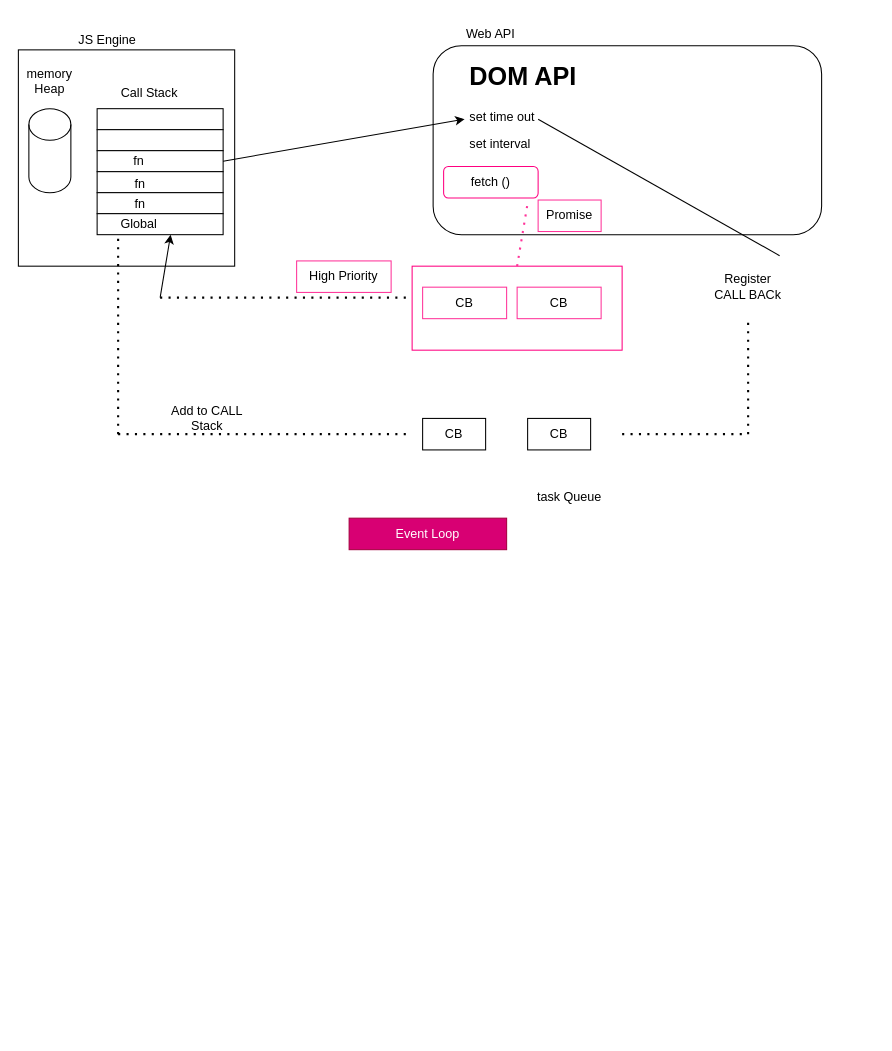
X-DX/JS-Course-CC keeps this draw.io diagram as Notes/backing and non block folder 8.drawio. Above is the earlier version. Source tidied: cells renumbered, new cells numbered last; positions are measured from the earlier drawing's top-left corner, leaving out a move shared by most shapes. Both pictures are drawn from the tidied source at 105%, with x=0, y=0 at pixel (18, 18).
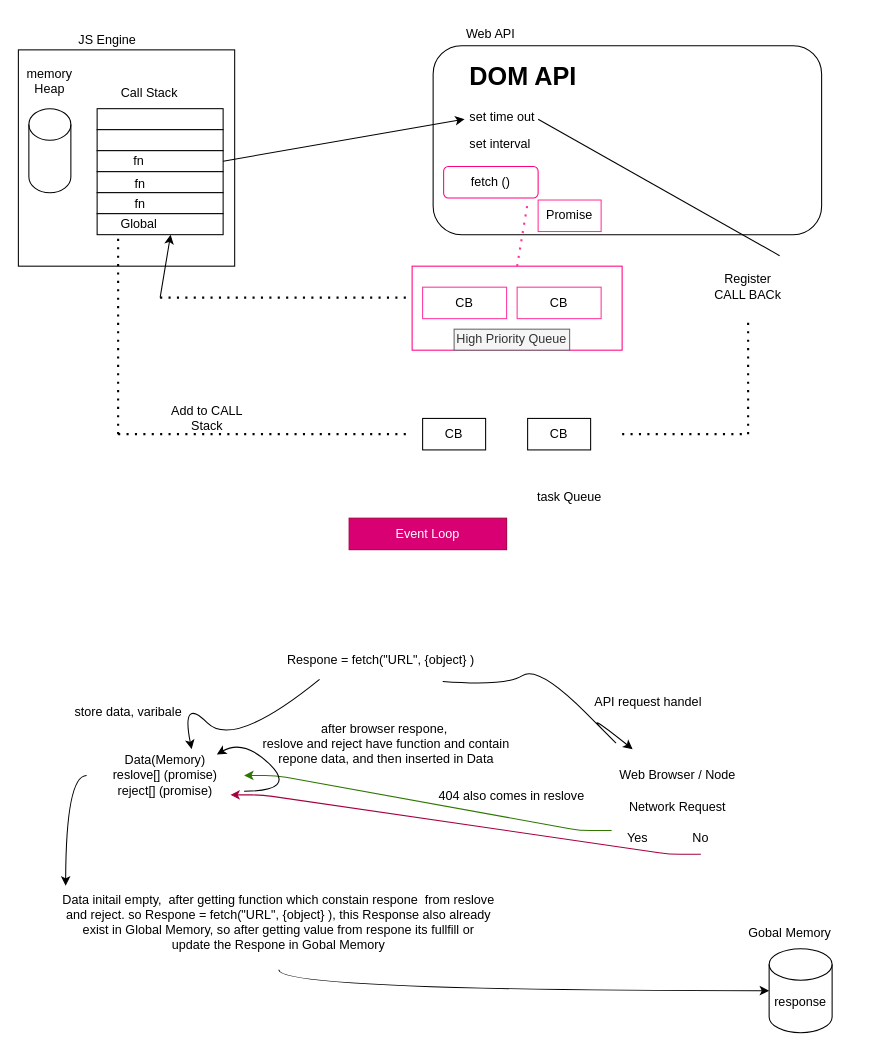
After the change.

The edit, as a diff of the source:
```diff
@@
-    <mxCell id="28" value="High Priority" style="text;html=1;align=center;verticalAlign=middle;whiteSpace=wrap;rounded=0;strokeColor=#FF3399;" parent="1" vertex="1">
-      <mxGeometry x="265" y="231" width="90" height="30" as="geometry" />
+    <mxCell id="28" value="High Priority Queue" style="text;html=1;align=center;verticalAlign=middle;whiteSpace=wrap;rounded=0;strokeColor=#666666;fillColor=#f5f5f5;fontColor=#333333;" parent="1" vertex="1">
+      <mxGeometry x="415" y="296" width="110" height="20" as="geometry" />
     </mxCell>
@@
+    <mxCell id="44" value="Respone = fetch(&quot;URL&quot;, {object} )" style="text;html=1;strokeColor=none;fillColor=none;align=center;verticalAlign=middle;whiteSpace=wrap;rounded=0;" parent="1" vertex="1">
+      <mxGeometry x="86" y="596" width="519" height="30" as="geometry" />
+    </mxCell>
+    <mxCell id="45" style="curved=1;endArrow=classic;html=1;exitX=0.387;exitY=1.117;exitDx=0;exitDy=0;exitPerimeter=0;" parent="1" edge="1" source="44">
+      <mxGeometry relative="1" as="geometry">
+        <mxPoint x="165" y="696" as="targetPoint" />
+        <Array as="points">
+          <mxPoint x="205" y="696" />
+          <mxPoint x="155" y="646" />
+        </Array>
+      </mxGeometry>
+    </mxCell>
+    <mxCell id="46" style="curved=1;endArrow=classic;html=1;exitX=0.613;exitY=1.183;exitDx=0;exitDy=0;exitPerimeter=0;" parent="1" edge="1" source="44">
+      <mxGeometry relative="1" as="geometry">
+        <mxPoint x="585" y="696" as="targetPoint" />
+        <Array as="points">
+          <mxPoint x="465" y="636" />
+          <mxPoint x="495" y="616" />
+          <mxPoint x="585" y="706" />
+          <mxPoint x="535" y="656" />
+        </Array>
+      </mxGeometry>
+    </mxCell>
+    <mxCell id="47" style="edgeStyle=entityRelationEdgeStyle;html=1;exitX=0;exitY=0.25;exitDx=0;exitDy=0;fillColor=#60a917;strokeColor=#2D7600;" parent="1" edge="1" source="55" target="50">
+      <mxGeometry relative="1" as="geometry" />
+    </mxCell>
+    <mxCell id="48" style="edgeStyle=orthogonalEdgeStyle;html=1;curved=1;" parent="1" edge="1" target="62">
+      <mxGeometry relative="1" as="geometry">
+        <mxPoint x="248" y="906" as="sourcePoint" />
+        <Array as="points">
+          <mxPoint x="248" y="926" />
+        </Array>
+      </mxGeometry>
+    </mxCell>
+    <mxCell id="49" style="edgeStyle=orthogonalEdgeStyle;curved=1;html=1;" parent="1" edge="1" source="50">
+      <mxGeometry relative="1" as="geometry">
+        <mxPoint x="45" y="826" as="targetPoint" />
+      </mxGeometry>
+    </mxCell>
+    <mxCell id="50" value="Data(Memory)&lt;br&gt;reslove[] (promise)&lt;br&gt;reject[] (promise)" style="text;html=1;strokeColor=none;fillColor=none;align=center;verticalAlign=middle;whiteSpace=wrap;rounded=0;" parent="1" vertex="1">
+      <mxGeometry x="65" y="706" width="150" height="30" as="geometry" />
+    </mxCell>
+    <mxCell id="51" value="Web Browser / Node" style="text;html=1;strokeColor=none;fillColor=none;align=center;verticalAlign=middle;whiteSpace=wrap;rounded=0;" parent="1" vertex="1">
+      <mxGeometry x="533" y="706" width="190" height="30" as="geometry" />
+    </mxCell>
+    <mxCell id="52" value="API request handel" style="text;html=1;align=center;verticalAlign=middle;whiteSpace=wrap;rounded=0;" parent="1" vertex="1">
+      <mxGeometry x="505" y="636" width="190" height="30" as="geometry" />
+    </mxCell>
+    <mxCell id="53" value="store data, varibale" style="text;html=1;align=center;verticalAlign=middle;whiteSpace=wrap;rounded=0;" parent="1" vertex="1">
+      <mxGeometry x="10" y="646" width="190" height="30" as="geometry" />
+    </mxCell>
+    <mxCell id="54" value="Network Request" style="text;html=1;strokeColor=none;fillColor=none;align=center;verticalAlign=middle;whiteSpace=wrap;rounded=0;" parent="1" vertex="1">
+      <mxGeometry x="533" y="736" width="190" height="30" as="geometry" />
+    </mxCell>
+    <mxCell id="55" value="Yes" style="text;html=1;strokeColor=none;fillColor=none;align=center;verticalAlign=middle;whiteSpace=wrap;rounded=0;" parent="1" vertex="1">
+      <mxGeometry x="565" y="766" width="50" height="30" as="geometry" />
+    </mxCell>
+    <mxCell id="56" value="No" style="text;html=1;strokeColor=none;fillColor=none;align=center;verticalAlign=middle;whiteSpace=wrap;rounded=0;" parent="1" vertex="1">
+      <mxGeometry x="625" y="766" width="50" height="30" as="geometry" />
+    </mxCell>
+    <mxCell id="57" style="edgeStyle=entityRelationEdgeStyle;html=1;exitX=0.5;exitY=1;exitDx=0;exitDy=0;entryX=0.913;entryY=1.117;entryDx=0;entryDy=0;entryPerimeter=0;fillColor=#d80073;strokeColor=#A50040;" parent="1" edge="1" source="56" target="50">
+      <mxGeometry relative="1" as="geometry" />
+    </mxCell>
+    <mxCell id="58" value="404 also comes in reslove" style="text;html=1;strokeColor=none;fillColor=none;align=center;verticalAlign=middle;whiteSpace=wrap;rounded=0;" parent="1" vertex="1">
+      <mxGeometry x="390" y="726" width="160" height="30" as="geometry" />
+    </mxCell>
+    <mxCell id="59" value="Data initail empty,&amp;nbsp; after getting function which constain respone&amp;nbsp; from reslove and reject. so Respone = fetch(&quot;URL&quot;, {object} ), this Response also already exist in Global Memory, so after getting value from respone its fullfill or update the Respone in Gobal Memory" style="text;html=1;strokeColor=none;fillColor=none;align=center;verticalAlign=middle;whiteSpace=wrap;rounded=0;" parent="1" vertex="1">
+      <mxGeometry x="41" y="846" width="414" height="30" as="geometry" />
+    </mxCell>
+    <mxCell id="60" style="curved=1;endArrow=classic;html=1;entryX=0.827;entryY=-0.167;entryDx=0;entryDy=0;entryPerimeter=0;" parent="1" edge="1" target="50">
+      <mxGeometry relative="1" as="geometry">
+        <mxPoint x="215" y="736" as="sourcePoint" />
+        <Array as="points">
+          <mxPoint x="265" y="736" />
+          <mxPoint x="215" y="686" />
+        </Array>
+      </mxGeometry>
+    </mxCell>
+    <mxCell id="61" value="after browser respone,&amp;nbsp;&lt;br&gt;reslove and reject have function and contain repone data, and then inserted in Data" style="text;html=1;strokeColor=none;fillColor=none;align=center;verticalAlign=middle;whiteSpace=wrap;rounded=0;" parent="1" vertex="1">
+      <mxGeometry x="216" y="676" width="269" height="30" as="geometry" />
+    </mxCell>
+    <mxCell id="62" style="shape=cylinder3;whiteSpace=wrap;html=1;boundedLbl=1;backgroundOutline=1;size=15;" parent="1" vertex="1">
+      <mxGeometry x="715" y="886" width="60" height="80" as="geometry" />
+    </mxCell>
+    <mxCell id="63" value="Gobal Memory" style="text;html=1;strokeColor=none;fillColor=none;align=center;verticalAlign=middle;whiteSpace=wrap;rounded=0;" parent="1" vertex="1">
+      <mxGeometry x="655" y="856" width="160" height="30" as="geometry" />
+    </mxCell>
+    <mxCell id="64" value="response" style="text;html=1;strokeColor=none;fillColor=none;align=center;verticalAlign=middle;whiteSpace=wrap;rounded=0;" parent="1" vertex="1">
+      <mxGeometry x="705" y="936" width="80" as="geometry" />
+    </mxCell>
```
